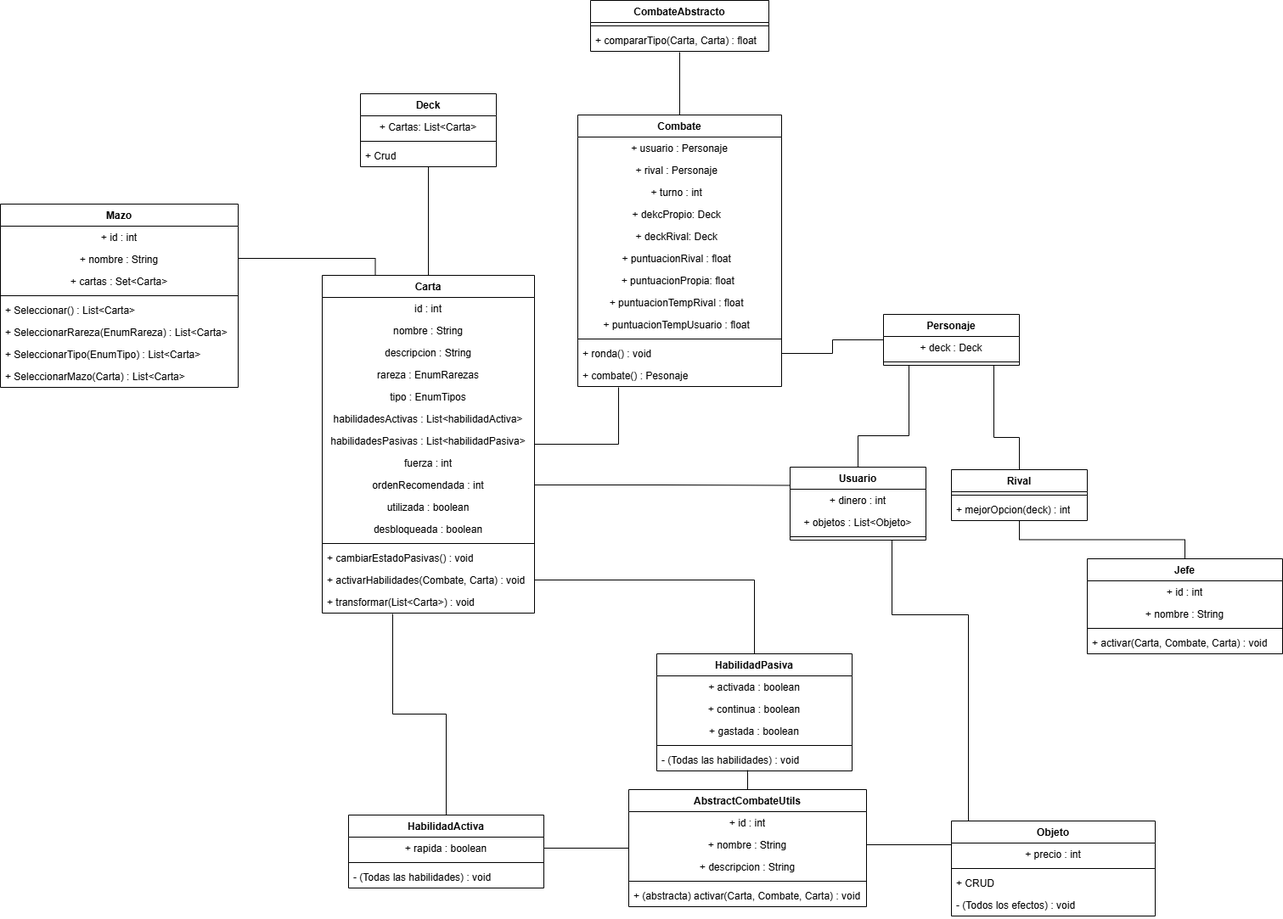
Before: Imagenes/diagrama de clases.drawio.png, a diagram exported from draw.io (gian700/Beastdeck). Source tidied: cells renumbered, new cells last; positions are measured from the earlier drawing's top-left corner, leaving out a move shared by most shapes.
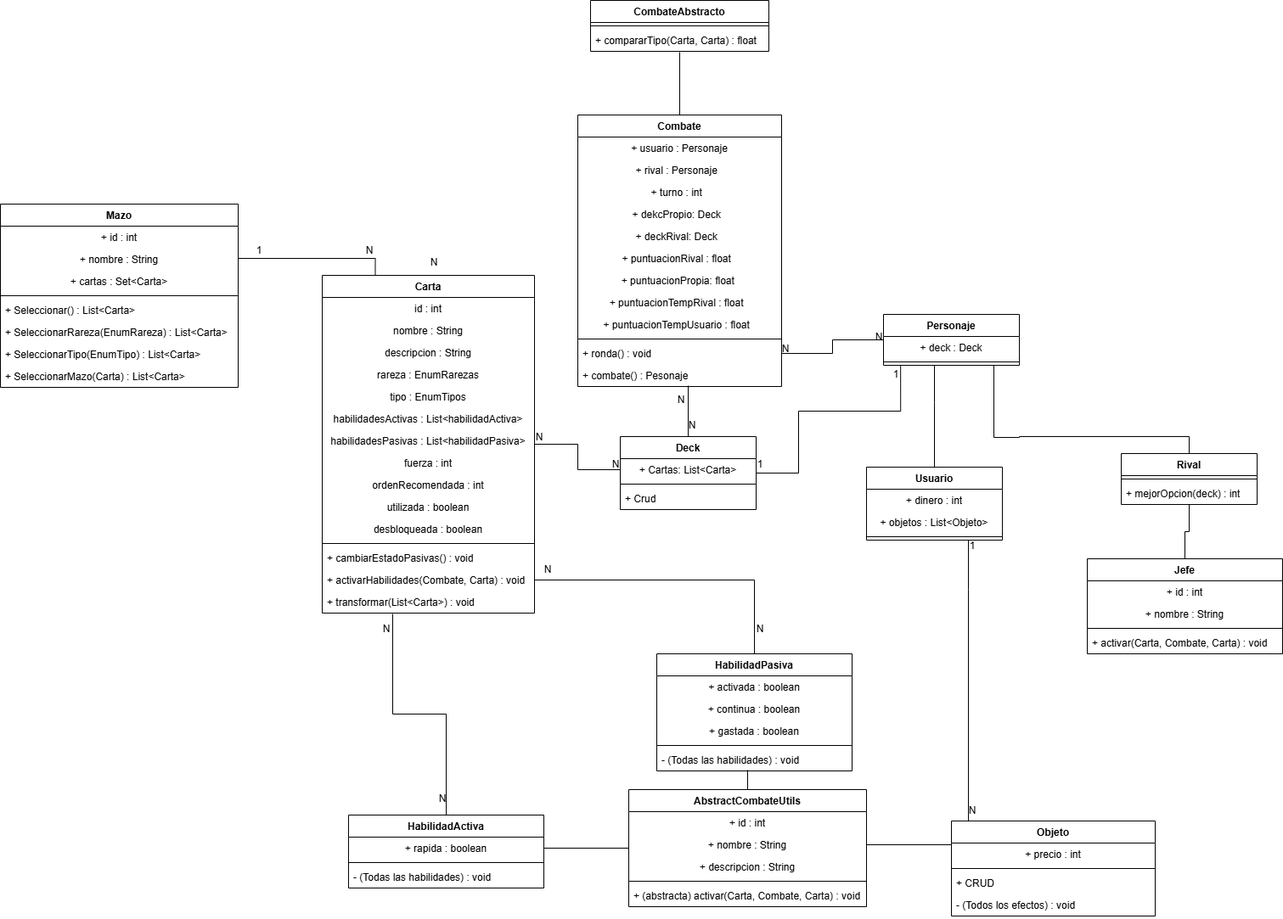
Later version of the same file.

What changed in the source:
```diff
@@ -2,8 +2,13 @@
   <root>
     <mxCell id="0" />
     <mxCell id="1" parent="0" />
-    <mxCell id="2" style="edgeStyle=orthogonalEdgeStyle;rounded=0;jettySize=auto;html=1;entryX=0.5;entryY=1;entryDx=0;entryDy=0;endArrow=none;startFill=0;" parent="1" edge="1" source="3" target="23">
-      <mxGeometry relative="1" as="geometry" />
+    <mxCell id="2" style="edgeStyle=orthogonalEdgeStyle;rounded=0;jettySize=auto;html=1;entryX=0;entryY=0.5;entryDx=0;entryDy=0;endArrow=none;startFill=0;" parent="1" edge="1" source="3" target="24">
+      <mxGeometry relative="1" as="geometry">
+        <Array as="points">
+          <mxPoint x="680" y="523" />
+          <mxPoint x="680" y="553" />
+        </Array>
+      </mxGeometry>
     </mxCell>
     <mxCell id="3" value="Carta" style="swimlane;fontStyle=1;align=center;verticalAlign=top;horizontal=1;startSize=26;whiteSpace=wrap;html=1;" parent="1" vertex="1">
       <mxGeometry x="379" y="324" width="250" height="398" as="geometry" />
@@ -65,8 +70,17 @@
     <mxCell id="22" value="- (Todas las habilidades) : void" style="text;strokeColor=none;fillColor=none;align=left;verticalAlign=top;spacingLeft=4;spacingRight=4;overflow=hidden;whiteSpace=wrap;html=1;" parent="19" vertex="1">
       <mxGeometry y="60" width="230" height="26" as="geometry" />
     </mxCell>
+    <mxCell id="98" style="edgeStyle=orthogonalEdgeStyle;rounded=0;jettySize=auto;html=1;entryX=0.126;entryY=1;entryDx=0;entryDy=0;entryPerimeter=0;endArrow=none;startFill=0;" parent="1" edge="1" source="23" target="93">
+      <mxGeometry relative="1" as="geometry">
+        <Array as="points">
+          <mxPoint x="940" y="557" />
+          <mxPoint x="940" y="484" />
+          <mxPoint x="1060" y="484" />
+        </Array>
+      </mxGeometry>
+    </mxCell>
     <mxCell id="23" value="Deck" style="swimlane;fontStyle=1;align=center;verticalAlign=top;horizontal=1;startSize=26;whiteSpace=wrap;html=1;" parent="1" vertex="1">
-      <mxGeometry x="424" y="110" width="160" height="86" as="geometry" />
+      <mxGeometry x="730" y="514" width="160" height="86" as="geometry" />
     </mxCell>
     <mxCell id="24" value="+ Cartas: List&amp;lt;Carta&amp;gt;" style="text;strokeColor=none;fillColor=none;align=center;verticalAlign=top;spacingLeft=4;spacingRight=4;overflow=hidden;points=[[0,0.5],[1,0.5]];portConstraint=eastwest;whiteSpace=wrap;html=1;" parent="23" vertex="1">
       <mxGeometry y="26" width="160" height="26" as="geometry" />
@@ -132,7 +146,7 @@
       <mxGeometry y="86" width="230" height="26" as="geometry" />
     </mxCell>
     <mxCell id="45" value="Usuario" style="swimlane;fontStyle=1;align=center;verticalAlign=top;horizontal=1;startSize=26;whiteSpace=wrap;html=1;" parent="1" vertex="1">
-      <mxGeometry x="930" y="550" width="160" height="86" as="geometry" />
+      <mxGeometry x="1020" y="550" width="160" height="86" as="geometry" />
     </mxCell>
     <mxCell id="46" value="+ dinero : int" style="text;strokeColor=none;fillColor=none;align=center;verticalAlign=top;spacingLeft=4;spacingRight=4;overflow=hidden;whiteSpace=wrap;html=1;" parent="45" vertex="1">
       <mxGeometry y="26" width="160" height="26" as="geometry" />
@@ -190,7 +204,7 @@
       <mxGeometry relative="1" as="geometry" />
     </mxCell>
     <mxCell id="63" value="Rival" style="swimlane;fontStyle=1;align=center;verticalAlign=top;horizontal=1;startSize=26;whiteSpace=wrap;html=1;" parent="1" vertex="1">
-      <mxGeometry x="1120" y="553" width="160" height="60" as="geometry" />
+      <mxGeometry x="1320" y="534" width="160" height="60" as="geometry" />
     </mxCell>
     <mxCell id="64" style="line;strokeWidth=1;fillColor=none;align=left;verticalAlign=middle;spacingTop=-1;spacingLeft=3;spacingRight=3;labelPosition=right;strokeColor=inherit;" parent="63" vertex="1">
       <mxGeometry y="26" width="160" height="8" as="geometry" />
@@ -201,8 +215,8 @@
     <mxCell id="66" style="edgeStyle=orthogonalEdgeStyle;rounded=0;jettySize=auto;html=1;entryX=0.75;entryY=1;entryDx=0;entryDy=0;endArrow=none;startFill=0;" parent="1" edge="1" source="67" target="45">
       <mxGeometry relative="1" as="geometry">
         <Array as="points">
-          <mxPoint x="1140" y="724" />
-          <mxPoint x="1050" y="724" />
+          <mxPoint x="1140" y="694" />
+          <mxPoint x="1140" y="694" />
         </Array>
       </mxGeometry>
     </mxCell>
@@ -272,8 +286,8 @@
     <mxCell id="88" style="edgeStyle=orthogonalEdgeStyle;rounded=0;jettySize=auto;html=1;entryX=0.5;entryY=0;entryDx=0;entryDy=0;endArrow=none;startFill=0;" parent="1" edge="1" source="91" target="45">
       <mxGeometry relative="1" as="geometry">
         <Array as="points">
-          <mxPoint x="1070" y="513" />
-          <mxPoint x="1010" y="513" />
+          <mxPoint x="1100" y="474" />
+          <mxPoint x="1100" y="474" />
         </Array>
       </mxGeometry>
     </mxCell>
@@ -282,6 +296,7 @@
         <Array as="points">
           <mxPoint x="1170" y="515" />
           <mxPoint x="1200" y="515" />
+          <mxPoint x="1400" y="514" />
         </Array>
       </mxGeometry>
     </mxCell>
@@ -297,17 +312,70 @@
     <mxCell id="93" style="line;strokeWidth=1;fillColor=none;align=left;verticalAlign=middle;spacingTop=-1;spacingLeft=3;spacingRight=3;labelPosition=right;points=[];portConstraint=eastwest;strokeColor=inherit;" parent="91" vertex="1">
       <mxGeometry y="52" width="160" height="8" as="geometry" />
     </mxCell>
-    <mxCell id="94" style="edgeStyle=orthogonalEdgeStyle;rounded=0;jettySize=auto;html=1;entryX=0;entryY=0.25;entryDx=0;entryDy=0;endArrow=none;startFill=0;" parent="1" edge="1" source="12" target="45">
-      <mxGeometry relative="1" as="geometry" />
-    </mxCell>
     <mxCell id="95" style="edgeStyle=orthogonalEdgeStyle;rounded=0;jettySize=auto;html=1;entryX=0.332;entryY=1.038;entryDx=0;entryDy=0;entryPerimeter=0;endArrow=none;startFill=0;" parent="1" edge="1" source="19" target="18">
       <mxGeometry relative="1" as="geometry" />
     </mxCell>
     <mxCell id="96" style="edgeStyle=orthogonalEdgeStyle;rounded=0;jettySize=auto;html=1;entryX=0.5;entryY=1.038;entryDx=0;entryDy=0;entryPerimeter=0;verticalAlign=middle;endArrow=none;startFill=0;" parent="1" edge="1" source="27" target="61">
       <mxGeometry relative="1" as="geometry" />
     </mxCell>
-    <mxCell id="97" style="edgeStyle=orthogonalEdgeStyle;rounded=0;jettySize=auto;html=1;entryX=0.2;entryY=1.038;entryDx=0;entryDy=0;entryPerimeter=0;endArrow=none;startFill=0;" parent="1" edge="1" source="3" target="39">
-      <mxGeometry relative="1" as="geometry" />
-    </mxCell>
+    <mxCell id="99" value="1" style="text;html=1;align=center;verticalAlign=middle;whiteSpace=wrap;rounded=0;" parent="1" vertex="1">
+      <mxGeometry x="1050" y="434" width="10" height="14" as="geometry" />
+    </mxCell>
+    <mxCell id="100" value="1" style="text;html=1;align=center;verticalAlign=middle;whiteSpace=wrap;rounded=0;" parent="1" vertex="1">
+      <mxGeometry x="300" y="288" width="10" height="14" as="geometry" />
+    </mxCell>
+    <mxCell id="101" value="N" style="text;html=1;align=center;verticalAlign=middle;whiteSpace=wrap;rounded=0;" parent="1" vertex="1">
+      <mxGeometry x="430" y="288" width="10" height="14" as="geometry" />
+    </mxCell>
+    <mxCell id="102" value="1" style="text;html=1;align=center;verticalAlign=middle;whiteSpace=wrap;rounded=0;" parent="1" vertex="1">
+      <mxGeometry x="1140" y="636" width="10" height="14" as="geometry" />
+    </mxCell>
+    <mxCell id="103" value="N" style="text;html=1;align=center;verticalAlign=middle;whiteSpace=wrap;rounded=0;" parent="1" vertex="1">
+      <mxGeometry x="810" y="494" width="10" height="14" as="geometry" />
+    </mxCell>
+    <mxCell id="104" value="N" style="text;html=1;align=center;verticalAlign=middle;whiteSpace=wrap;rounded=0;" parent="1" vertex="1">
+      <mxGeometry x="506" y="302" width="10" height="14" as="geometry" />
+    </mxCell>
+    <mxCell id="105" value="N" style="text;html=1;align=center;verticalAlign=middle;whiteSpace=wrap;rounded=0;" parent="1" vertex="1">
+      <mxGeometry x="450" y="734" width="10" height="14" as="geometry" />
+    </mxCell>
+    <mxCell id="106" value="N" style="text;html=1;align=center;verticalAlign=middle;whiteSpace=wrap;rounded=0;" parent="1" vertex="1">
+      <mxGeometry x="516" y="934" width="10" height="14" as="geometry" />
+    </mxCell>
+    <mxCell id="107" value="N" style="text;html=1;align=center;verticalAlign=middle;whiteSpace=wrap;rounded=0;" parent="1" vertex="1">
+      <mxGeometry x="640" y="664" width="10" height="14" as="geometry" />
+    </mxCell>
+    <mxCell id="108" value="N" style="text;html=1;align=center;verticalAlign=middle;whiteSpace=wrap;rounded=0;" parent="1" vertex="1">
+      <mxGeometry x="890" y="734" width="10" height="14" as="geometry" />
+    </mxCell>
+    <mxCell id="109" style="edgeStyle=orthogonalEdgeStyle;rounded=0;jettySize=auto;html=1;endArrow=none;startFill=0;" parent="1" edge="1" source="23">
+      <mxGeometry relative="1" as="geometry">
+        <mxPoint x="810" y="454" as="targetPoint" />
+        <Array as="points">
+          <mxPoint x="810" y="455" />
+        </Array>
+      </mxGeometry>
+    </mxCell>
+    <mxCell id="110" value="N" style="text;html=1;align=center;verticalAlign=middle;whiteSpace=wrap;rounded=0;" parent="1" vertex="1">
+      <mxGeometry x="797" y="464" width="10" height="14" as="geometry" />
+    </mxCell>
+    <mxCell id="111" value="N" style="text;html=1;align=center;verticalAlign=middle;whiteSpace=wrap;rounded=0;" parent="1" vertex="1">
+      <mxGeometry x="1140" y="948" width="10" height="14" as="geometry" />
+    </mxCell>
+    <mxCell id="112" value="N" style="text;html=1;align=center;verticalAlign=middle;whiteSpace=wrap;rounded=0;" parent="1" vertex="1">
+      <mxGeometry x="720" y="540" width="10" height="14" as="geometry" />
+    </mxCell>
+    <mxCell id="113" value="N" style="text;html=1;align=center;verticalAlign=middle;whiteSpace=wrap;rounded=0;" parent="1" vertex="1">
+      <mxGeometry x="630" y="508" width="10" height="14" as="geometry" />
+    </mxCell>
+    <mxCell id="114" value="N" style="text;html=1;align=center;verticalAlign=middle;whiteSpace=wrap;rounded=0;" parent="1" vertex="1">
+      <mxGeometry x="920" y="404" width="10" height="14" as="geometry" />
+    </mxCell>
+    <mxCell id="115" value="N" style="text;html=1;align=center;verticalAlign=middle;whiteSpace=wrap;rounded=0;" parent="1" vertex="1">
+      <mxGeometry x="1030" y="390" width="10" height="14" as="geometry" />
+    </mxCell>
+    <mxCell id="116" value="1" style="text;html=1;align=center;verticalAlign=middle;whiteSpace=wrap;rounded=0;" parent="1" vertex="1">
+      <mxGeometry x="890" y="540" width="10" height="14" as="geometry" />
+    </mxCell>
   </root>
 </mxGraphModel>
```
